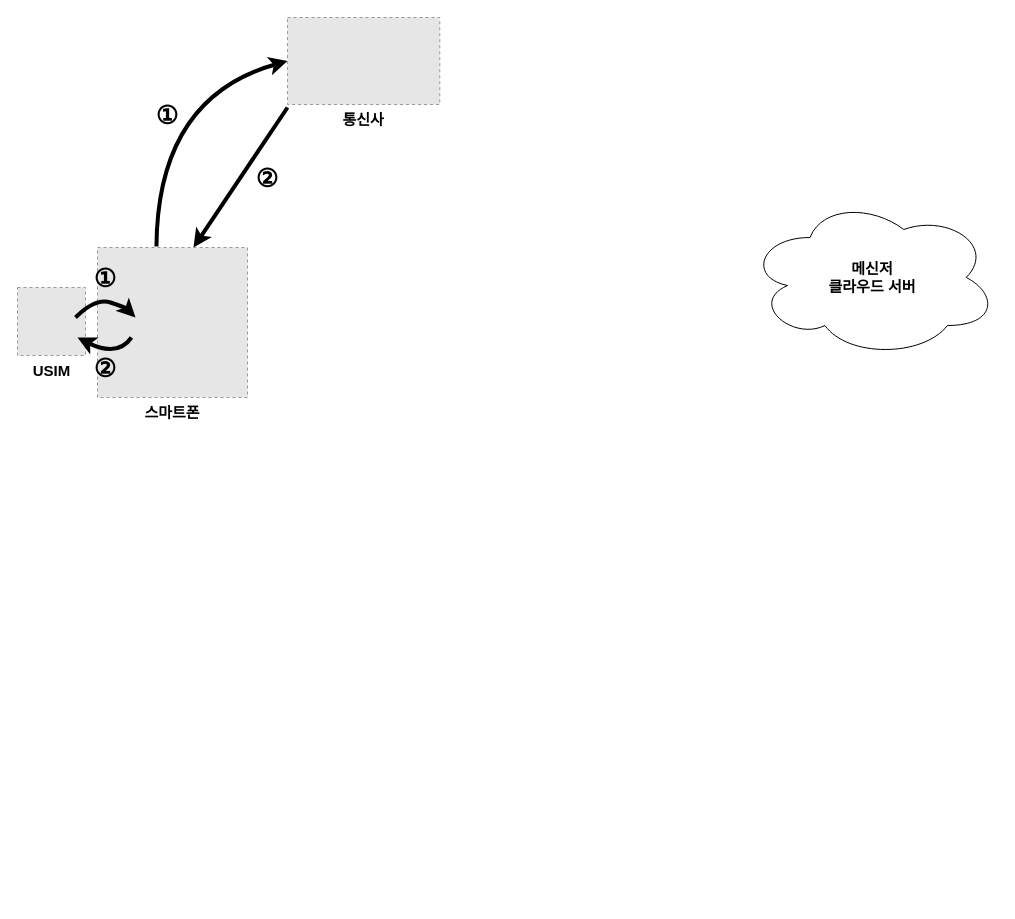
This is Untitled Diagram.drawio from korkic123/Ongoing_Project, a draw.io file, before an edit. Source tidied: cells renumbered, new cells numbered last; positions are measured from the earlier drawing's top-left corner, leaving out a move shared by most shapes. Both pictures are drawn from the tidied source at 100%, with x=0, y=0 at pixel (17, 17). Pictures stored in the file or linked from it are replaced by grey dashed boxes.
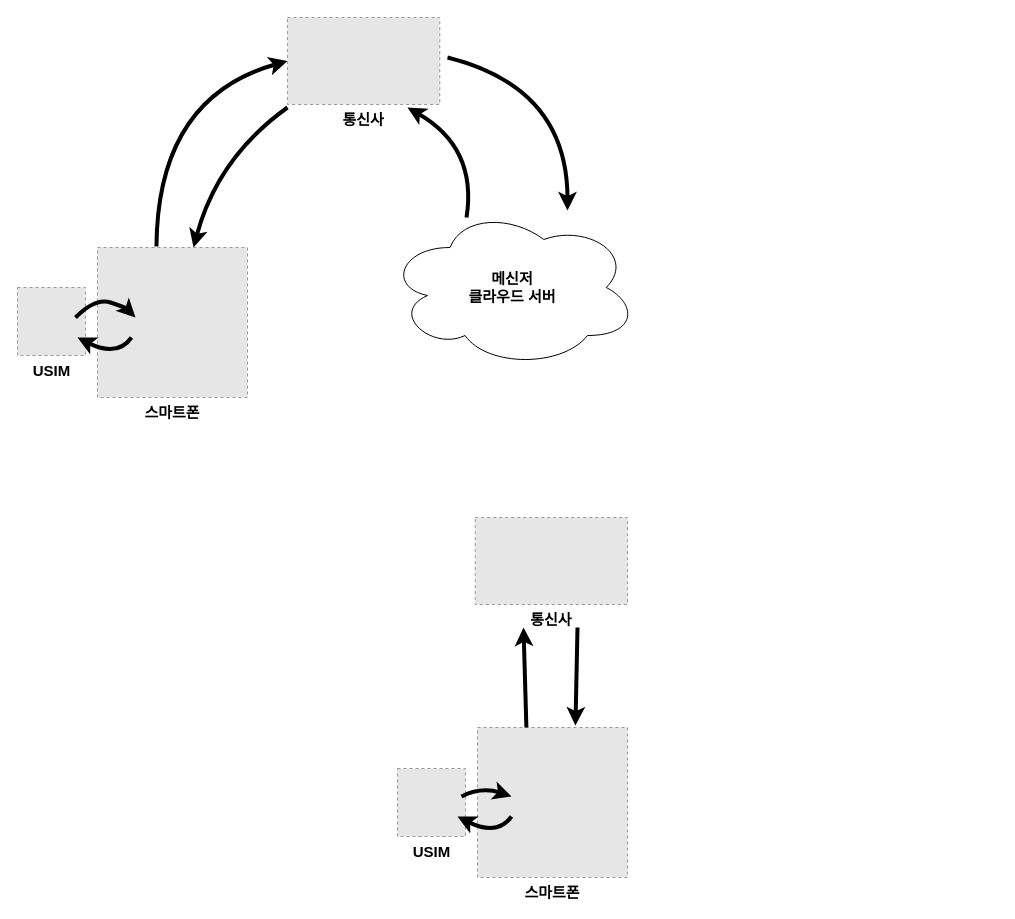
After the change.

Unchanged cells that the change refers to:
```xml
<mxCell id="6" value="스마트폰" style="fillColor=#E6E6E6;strokeColor=#999999;dashed=1;verticalLabelPosition=bottom;verticalAlign=top;fontStyle=1;fontSize=15;" parent="1" vertex="1">
  <mxGeometry x="80" y="230" width="150" height="150" as="geometry" />
</mxCell>
```

What changed in the source:
```diff
@@
     <mxCell id="4" value="메신저&lt;br style=&quot;font-size: 15px;&quot;&gt;클라우드 서버" style="ellipse;shape=cloud;whiteSpace=wrap;html=1;fontSize=15;fontStyle=1;" parent="1" vertex="1">
-      <mxGeometry x="730" y="180" width="250" height="160" as="geometry" />
+      <mxGeometry x="370" y="190" width="250" height="160" as="geometry" />
     </mxCell>
@@
     <mxCell id="7" style="edgeStyle=none;jettySize=auto;html=1;sourcePerimeterSpacing=5;endArrow=none;endFill=0;targetPerimeterSpacing=5;strokeWidth=4;curved=1;exitX=0.64;exitY=0;exitDx=0;exitDy=0;exitPerimeter=0;startArrow=classic;startFill=1;" parent="1" edge="1" source="6">
       <mxGeometry relative="1" as="geometry">
         <mxPoint x="270" y="90" as="targetPoint" />
+        <Array as="points">
+          <mxPoint x="200" y="140" />
+        </Array>
       </mxGeometry>
     </mxCell>
@@
-    <mxCell id="10" value="&lt;font style=&quot;font-size: 25px;&quot;&gt;①&lt;/font&gt;" style="text;html=1;strokeColor=none;fillColor=none;align=center;verticalAlign=middle;whiteSpace=wrap;rounded=0;fontSize=25;fontStyle=1;" parent="1" vertex="1">
-      <mxGeometry x="68" y="250" width="40" height="20" as="geometry" />
-    </mxCell>
-    <mxCell id="11" value="&lt;font style=&quot;font-size: 25px;&quot;&gt;①&lt;/font&gt;" style="text;html=1;strokeColor=none;fillColor=none;align=center;verticalAlign=middle;whiteSpace=wrap;rounded=0;fontSize=25;fontStyle=1;" parent="1" vertex="1">
-      <mxGeometry x="130" y="87" width="40" height="20" as="geometry" />
-    </mxCell>
-    <mxCell id="12" value="②" style="text;html=1;strokeColor=none;fillColor=none;align=center;verticalAlign=middle;whiteSpace=wrap;rounded=0;fontSize=25;fontStyle=1;" parent="1" vertex="1">
-      <mxGeometry x="230" y="150" width="40" height="20" as="geometry" />
-    </mxCell>
-    <mxCell id="13" value="②" style="text;html=1;strokeColor=none;fillColor=none;align=center;verticalAlign=middle;whiteSpace=wrap;rounded=0;fontSize=25;fontStyle=1;" parent="1" vertex="1">
-      <mxGeometry x="68" y="340" width="40" height="20" as="geometry" />
-    </mxCell>
+    <mxCell id="14" value="통신사" style="fillColor=#E6E6E6;strokeColor=#999999;dashed=1;verticalLabelPosition=bottom;labelBackgroundColor=#ffffff;verticalAlign=top;fontStyle=1;fontSize=15;" parent="1" vertex="1">
+      <mxGeometry x="457.7" y="500" width="152.3" height="87" as="geometry" />
+    </mxCell>
+    <mxCell id="15" value="스마트폰" style="fillColor=#E6E6E6;strokeColor=#999999;dashed=1;verticalLabelPosition=bottom;verticalAlign=top;fontStyle=1;fontSize=15;" parent="1" vertex="1">
+      <mxGeometry x="460" y="710" width="150" height="150" as="geometry" />
+    </mxCell>
+    <mxCell id="16" value="&lt;b style=&quot;font-size: 15px;&quot;&gt;USIM&lt;/b&gt;" style="fillColor=#E6E6E6;strokeColor=#999999;dashed=1;html=1;verticalAlign=top;verticalLabelPosition=bottom;labelBackgroundColor=#ffffff;fontSize=15;" parent="1" vertex="1">
+      <mxGeometry x="380" y="751" width="68" height="68" as="geometry" />
+    </mxCell>
+    <mxCell id="17" style="endArrow=classic;html=1;strokeWidth=4;fontSize=15;" parent="1" edge="1">
+      <mxGeometry relative="1" as="geometry">
+        <mxPoint x="508.9" y="710" as="sourcePoint" />
+        <mxPoint x="506" y="610" as="targetPoint" />
+      </mxGeometry>
+    </mxCell>
+    <mxCell id="18" style="endArrow=classic;html=1;strokeWidth=4;fontSize=15;entryX=0.653;entryY=-0.013;entryDx=0;entryDy=0;entryPerimeter=0;" parent="1" edge="1" target="15">
+      <mxGeometry relative="1" as="geometry">
+        <mxPoint x="560" y="610" as="sourcePoint" />
+      </mxGeometry>
+    </mxCell>
+    <mxCell id="19" style="edgeStyle=none;orthogonalLoop=1;jettySize=auto;html=1;sourcePerimeterSpacing=5;endArrow=none;endFill=0;targetPerimeterSpacing=5;strokeWidth=4;curved=1;startArrow=classic;startFill=1;" parent="1" edge="1">
+      <mxGeometry relative="1" as="geometry">
+        <mxPoint x="494" y="779" as="sourcePoint" />
+        <mxPoint x="444" y="779" as="targetPoint" />
+        <Array as="points">
+          <mxPoint x="464" y="769" />
+        </Array>
+      </mxGeometry>
+    </mxCell>
+    <mxCell id="20" style="edgeStyle=none;orthogonalLoop=1;jettySize=auto;html=1;sourcePerimeterSpacing=5;endArrow=none;endFill=0;targetPerimeterSpacing=5;strokeWidth=4;curved=1;startArrow=classic;startFill=1;" parent="1" edge="1">
+      <mxGeometry relative="1" as="geometry">
+        <mxPoint x="440" y="799" as="sourcePoint" />
+        <mxPoint x="494" y="799" as="targetPoint" />
+        <Array as="points">
+          <mxPoint x="480" y="819" />
+        </Array>
+      </mxGeometry>
+    </mxCell>
+    <mxCell id="21" style="edgeStyle=none;orthogonalLoop=1;jettySize=auto;html=1;sourcePerimeterSpacing=5;endArrow=classic;endFill=1;targetPerimeterSpacing=5;strokeWidth=4;curved=1;" parent="1" edge="1">
+      <mxGeometry relative="1" as="geometry">
+        <mxPoint x="430" y="40" as="sourcePoint" />
+        <mxPoint x="550" y="193" as="targetPoint" />
+        <Array as="points">
+          <mxPoint x="550" y="70" />
+        </Array>
+      </mxGeometry>
+    </mxCell>
+    <mxCell id="22" style="edgeStyle=none;orthogonalLoop=1;jettySize=auto;html=1;sourcePerimeterSpacing=5;endArrow=none;endFill=0;targetPerimeterSpacing=5;strokeWidth=4;curved=1;startArrow=classic;startFill=1;" parent="1" edge="1">
+      <mxGeometry relative="1" as="geometry">
+        <mxPoint x="390" y="90" as="sourcePoint" />
+        <mxPoint x="449" y="200" as="targetPoint" />
+        <Array as="points">
+          <mxPoint x="460" y="130" />
+        </Array>
+      </mxGeometry>
+    </mxCell>
```
